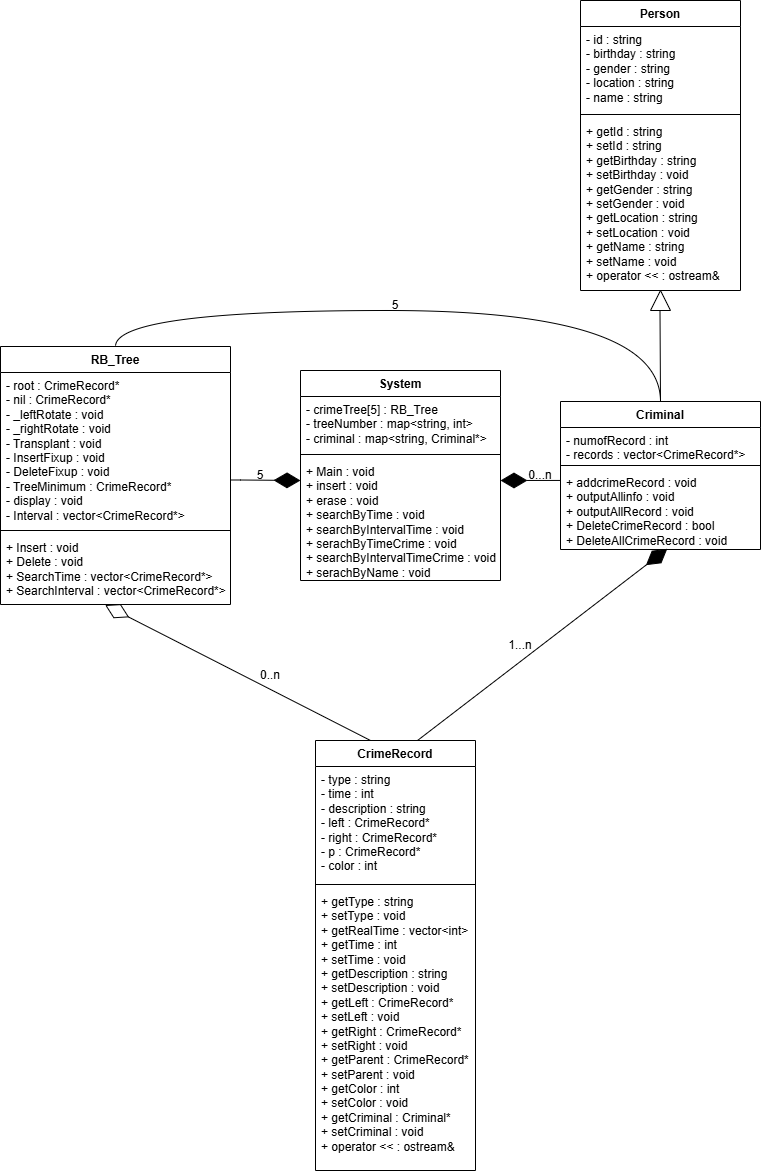
Earlier version of the draw.io export UML/CrimeRecordSystem_UML.drawio.png (yankai-lu/OOP-criminal-record-system). Source tidied: cells renumbered, new cells last; positions are measured from the earlier drawing's top-left corner, leaving out a move shared by most shapes.
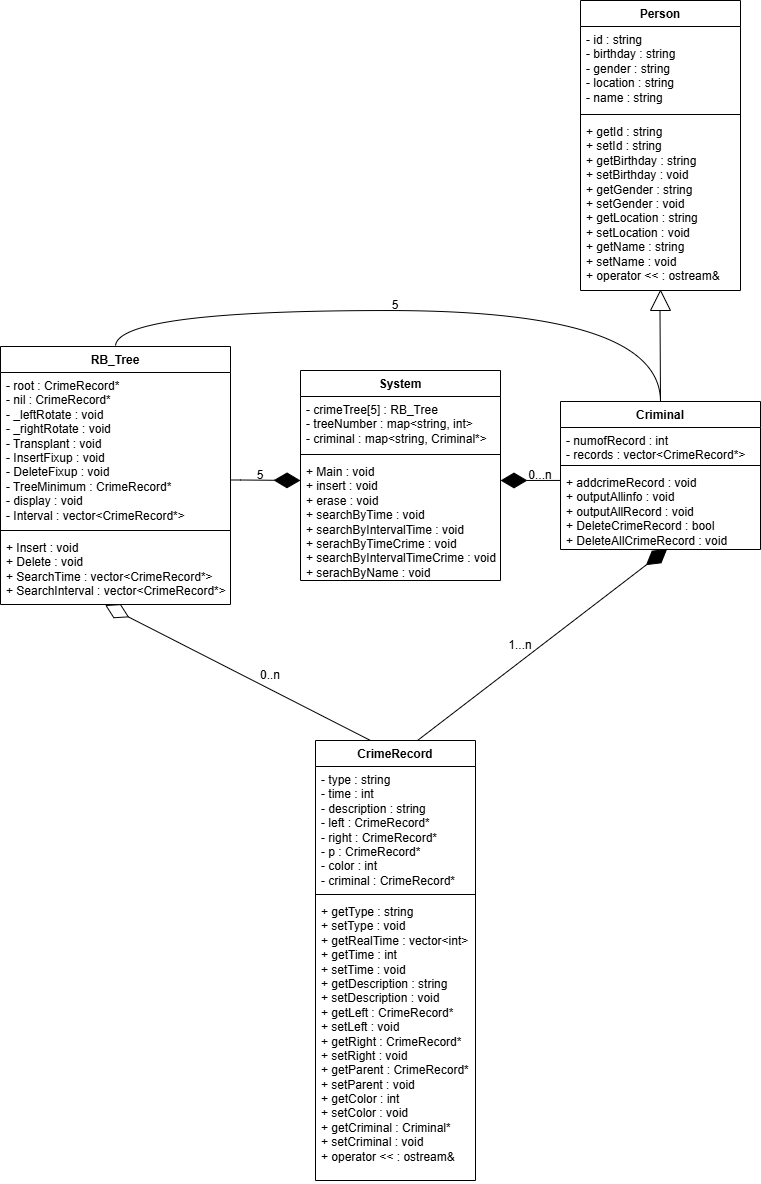
After the commit.

Diff of the diagram source:
```diff
@@ -51,16 +51,16 @@
       <mxGeometry y="118" width="160" height="172" as="geometry" />
     </mxCell>
     <mxCell id="18" value="CrimeRecord" style="swimlane;fontStyle=1;align=center;verticalAlign=top;horizontal=1;startSize=26;whiteSpace=wrap;html=1;" parent="1" vertex="1">
-      <mxGeometry x="315" y="740" width="160" height="430" as="geometry" />
+      <mxGeometry x="315" y="740" width="160" height="440" as="geometry" />
     </mxCell>
-    <mxCell id="19" value="- type : string&lt;div&gt;- time : int&lt;/div&gt;&lt;div&gt;- description : string&lt;/div&gt;&lt;div&gt;- left : CrimeRecord*&lt;/div&gt;&lt;div&gt;- right : CrimeRecord*&lt;/div&gt;&lt;div&gt;- p : CrimeRecord*&lt;/div&gt;&lt;div&gt;- color : int&lt;/div&gt;" style="text;strokeColor=none;fillColor=none;align=left;verticalAlign=top;spacingLeft=4;spacingRight=4;overflow=hidden;whiteSpace=wrap;html=1;" parent="18" vertex="1">
-      <mxGeometry y="26" width="160" height="114" as="geometry" />
+    <mxCell id="19" value="- type : string&lt;div&gt;- time : int&lt;/div&gt;&lt;div&gt;- description : string&lt;/div&gt;&lt;div&gt;- left : CrimeRecord*&lt;/div&gt;&lt;div&gt;- right : CrimeRecord*&lt;/div&gt;&lt;div&gt;- p : CrimeRecord*&lt;/div&gt;&lt;div&gt;- color : int&lt;/div&gt;&lt;div&gt;- criminal : CrimeRecord*&lt;/div&gt;" style="text;strokeColor=none;fillColor=none;align=left;verticalAlign=top;spacingLeft=4;spacingRight=4;overflow=hidden;whiteSpace=wrap;html=1;" parent="18" vertex="1">
+      <mxGeometry y="26" width="160" height="124" as="geometry" />
     </mxCell>
     <mxCell id="20" style="line;strokeWidth=1;fillColor=none;align=left;verticalAlign=middle;spacingTop=-1;spacingLeft=3;spacingRight=3;labelPosition=right;strokeColor=inherit;" parent="18" vertex="1">
-      <mxGeometry y="140" width="160" height="8" as="geometry" />
+      <mxGeometry y="150" width="160" height="8" as="geometry" />
     </mxCell>
     <mxCell id="21" value="+ getType : string&lt;div&gt;+ setType : void&lt;/div&gt;&lt;div&gt;+ getRealTime : vector&amp;lt;int&amp;gt;&lt;/div&gt;&lt;div&gt;+ getTime : int&lt;/div&gt;&lt;div&gt;+ setTime : void&lt;/div&gt;&lt;div&gt;+ getDescription : string&lt;/div&gt;&lt;div&gt;+ setDescription : void&lt;/div&gt;&lt;div&gt;+ getLeft : CrimeRecord*&lt;/div&gt;&lt;div&gt;+ setLeft : void&lt;/div&gt;&lt;div&gt;+ getRight : CrimeRecord*&lt;/div&gt;&lt;div&gt;+ setRight : void&lt;/div&gt;&lt;div&gt;+ getParent : CrimeRecord*&lt;/div&gt;&lt;div&gt;+ setParent : void&lt;/div&gt;&lt;div&gt;+ getColor : int&lt;/div&gt;&lt;div&gt;+ setColor : void&lt;/div&gt;&lt;div&gt;+ getCriminal : Criminal*&lt;/div&gt;&lt;div&gt;+ setCriminal : void&lt;/div&gt;&lt;div&gt;+ operator &amp;lt;&amp;lt; : ostream&amp;amp;&lt;/div&gt;" style="text;strokeColor=none;fillColor=none;align=left;verticalAlign=top;spacingLeft=4;spacingRight=4;overflow=hidden;whiteSpace=wrap;html=1;" parent="18" vertex="1">
-      <mxGeometry y="148" width="160" height="282" as="geometry" />
+      <mxGeometry y="158" width="160" height="282" as="geometry" />
     </mxCell>
     <mxCell id="22" style="endArrow=diamondThin;endFill=1;endSize=24;html=1;rounded=0;" parent="1" edge="1">
       <mxGeometry relative="1" as="geometry">
```
